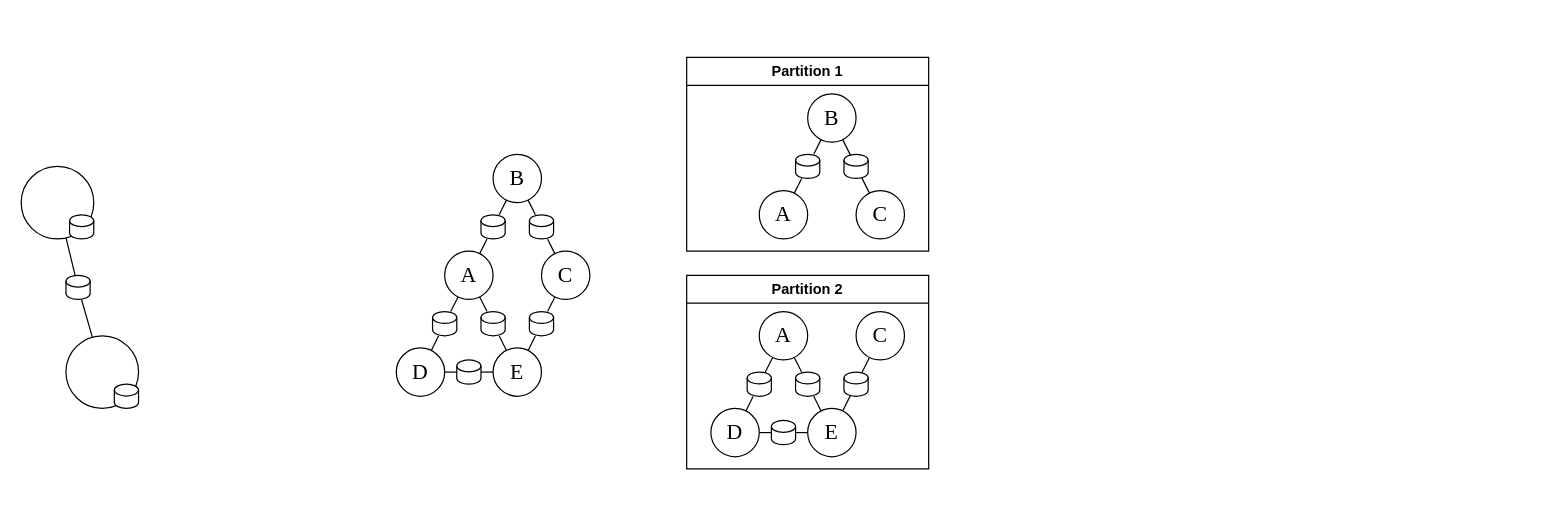
OneOverThree/PastryTest keeps this draw.io diagram as GraphProcessing.drawio. Above is the earlier version. Source tidied: cells renumbered, new cells numbered last; positions are measured from the earlier drawing's top-left corner, leaving out a move shared by most shapes. Both pictures are drawn from the tidied source at 121%, with x=0, y=0 at pixel (21, 57).
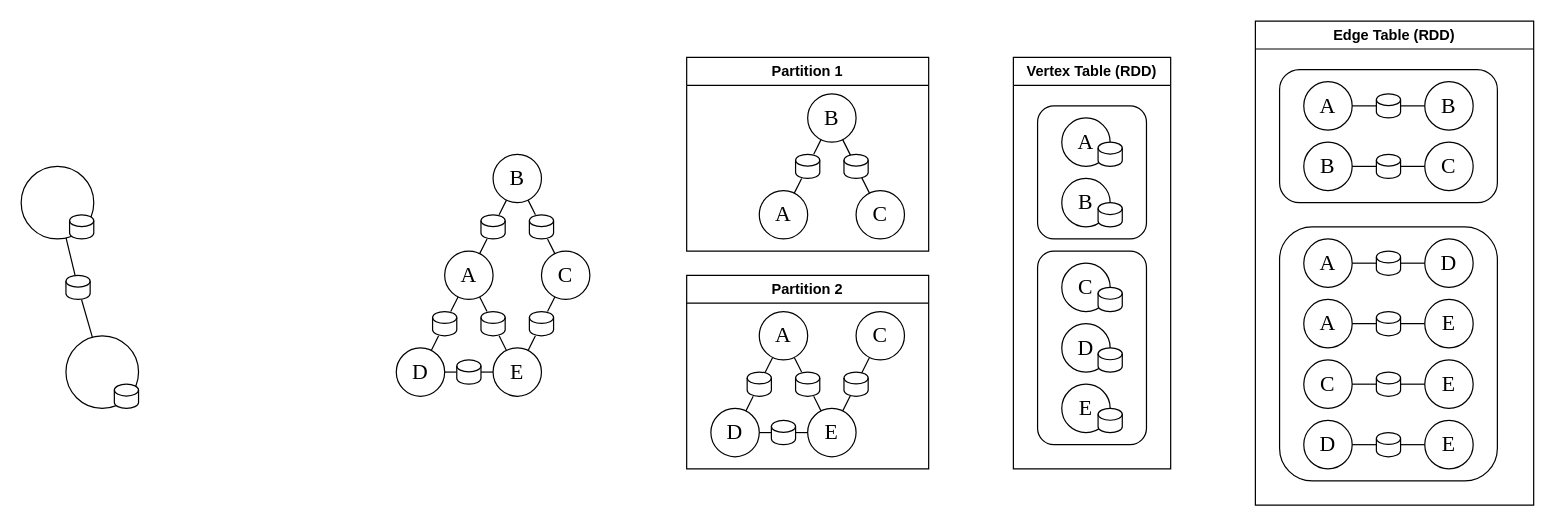
The same page after the edit.

What changed in the source:
```diff
@@
+    <mxCell id="57" value="Vertex Table (RDD)" style="swimlane;whiteSpace=wrap;html=1;" parent="1" vertex="1">
+      <mxGeometry x="820" width="130" height="340" as="geometry" />
+    </mxCell>
+    <mxCell id="58" style="rounded=1;whiteSpace=wrap;html=1;" parent="57" vertex="1">
+      <mxGeometry x="20" y="40" width="90" height="110" as="geometry" />
+    </mxCell>
+    <mxCell id="59" value="&lt;font style=&quot;font-size: 18px;&quot; face=&quot;Times New Roman&quot;&gt;A&lt;/font&gt;" style="ellipse;whiteSpace=wrap;html=1;" parent="57" vertex="1">
+      <mxGeometry x="40" y="50" width="40" height="40" as="geometry" />
+    </mxCell>
+    <mxCell id="60" style="shape=cylinder3;whiteSpace=wrap;html=1;boundedLbl=1;backgroundOutline=1;size=4.904779343377953;" parent="57" vertex="1">
+      <mxGeometry x="70" y="70" width="20" height="20" as="geometry" />
+    </mxCell>
+    <mxCell id="61" value="&lt;font style=&quot;font-size: 18px;&quot; face=&quot;Times New Roman&quot;&gt;B&lt;/font&gt;" style="ellipse;whiteSpace=wrap;html=1;" parent="57" vertex="1">
+      <mxGeometry x="40" y="100" width="40" height="40" as="geometry" />
+    </mxCell>
+    <mxCell id="62" style="shape=cylinder3;whiteSpace=wrap;html=1;boundedLbl=1;backgroundOutline=1;size=4.904779343377953;" parent="57" vertex="1">
+      <mxGeometry x="70" y="120" width="20" height="20" as="geometry" />
+    </mxCell>
+    <mxCell id="63" style="rounded=1;whiteSpace=wrap;html=1;" parent="57" vertex="1">
+      <mxGeometry x="20" y="160" width="90" height="160" as="geometry" />
+    </mxCell>
+    <mxCell id="64" value="&lt;font style=&quot;font-size: 18px;&quot; face=&quot;Times New Roman&quot;&gt;C&lt;/font&gt;" style="ellipse;whiteSpace=wrap;html=1;" parent="57" vertex="1">
+      <mxGeometry x="40" y="170" width="40" height="40" as="geometry" />
+    </mxCell>
+    <mxCell id="65" style="shape=cylinder3;whiteSpace=wrap;html=1;boundedLbl=1;backgroundOutline=1;size=4.904779343377953;" parent="57" vertex="1">
+      <mxGeometry x="70" y="190" width="20" height="20" as="geometry" />
+    </mxCell>
+    <mxCell id="66" value="&lt;font style=&quot;font-size: 18px;&quot; face=&quot;Times New Roman&quot;&gt;D&lt;/font&gt;" style="ellipse;whiteSpace=wrap;html=1;" parent="57" vertex="1">
+      <mxGeometry x="40" y="220" width="40" height="40" as="geometry" />
+    </mxCell>
+    <mxCell id="67" style="shape=cylinder3;whiteSpace=wrap;html=1;boundedLbl=1;backgroundOutline=1;size=4.904779343377953;" parent="57" vertex="1">
+      <mxGeometry x="70" y="240" width="20" height="20" as="geometry" />
+    </mxCell>
+    <mxCell id="68" value="&lt;font style=&quot;font-size: 18px;&quot; face=&quot;Times New Roman&quot;&gt;E&lt;/font&gt;" style="ellipse;whiteSpace=wrap;html=1;" parent="57" vertex="1">
+      <mxGeometry x="40" y="270" width="40" height="40" as="geometry" />
+    </mxCell>
+    <mxCell id="69" style="shape=cylinder3;whiteSpace=wrap;html=1;boundedLbl=1;backgroundOutline=1;size=4.904779343377953;" parent="57" vertex="1">
+      <mxGeometry x="70" y="290" width="20" height="20" as="geometry" />
+    </mxCell>
+    <mxCell id="70" value="Edge Table (RDD)" style="swimlane;whiteSpace=wrap;html=1;" parent="1" vertex="1">
+      <mxGeometry x="1020" y="-30" width="230" height="400" as="geometry" />
+    </mxCell>
+    <mxCell id="71" style="rounded=1;whiteSpace=wrap;html=1;" parent="70" vertex="1">
+      <mxGeometry x="20" y="40" width="180" height="110" as="geometry" />
+    </mxCell>
+    <mxCell id="72" value="&lt;font style=&quot;font-size: 18px;&quot; face=&quot;Times New Roman&quot;&gt;A&lt;/font&gt;" style="ellipse;whiteSpace=wrap;html=1;" parent="70" vertex="1">
+      <mxGeometry x="40" y="50" width="40" height="40" as="geometry" />
+    </mxCell>
+    <mxCell id="73" value="&lt;font style=&quot;font-size: 18px;&quot; face=&quot;Times New Roman&quot;&gt;B&lt;/font&gt;" style="ellipse;whiteSpace=wrap;html=1;" parent="70" vertex="1">
+      <mxGeometry x="40" y="100" width="40" height="40" as="geometry" />
+    </mxCell>
+    <mxCell id="74" style="rounded=1;whiteSpace=wrap;html=1;" parent="70" vertex="1">
+      <mxGeometry x="20" y="170" width="180" height="210" as="geometry" />
+    </mxCell>
+    <mxCell id="75" value="&lt;font style=&quot;font-size: 18px;&quot; face=&quot;Times New Roman&quot;&gt;A&lt;/font&gt;" style="ellipse;whiteSpace=wrap;html=1;" parent="70" vertex="1">
+      <mxGeometry x="40" y="180" width="40" height="40" as="geometry" />
+    </mxCell>
+    <mxCell id="76" value="&lt;font style=&quot;font-size: 18px;&quot; face=&quot;Times New Roman&quot;&gt;A&lt;/font&gt;" style="ellipse;whiteSpace=wrap;html=1;" parent="70" vertex="1">
+      <mxGeometry x="40" y="230" width="40" height="40" as="geometry" />
+    </mxCell>
+    <mxCell id="77" value="&lt;font style=&quot;font-size: 18px;&quot; face=&quot;Times New Roman&quot;&gt;C&lt;/font&gt;" style="ellipse;whiteSpace=wrap;html=1;" parent="70" vertex="1">
+      <mxGeometry x="40" y="280" width="40" height="40" as="geometry" />
+    </mxCell>
+    <mxCell id="78" value="&lt;font style=&quot;font-size: 18px;&quot; face=&quot;Times New Roman&quot;&gt;B&lt;/font&gt;" style="ellipse;whiteSpace=wrap;html=1;" parent="70" vertex="1">
+      <mxGeometry x="140" y="50" width="40" height="40" as="geometry" />
+    </mxCell>
+    <mxCell id="79" value="&lt;font style=&quot;font-size: 18px;&quot; face=&quot;Times New Roman&quot;&gt;C&lt;/font&gt;" style="ellipse;whiteSpace=wrap;html=1;" parent="70" vertex="1">
+      <mxGeometry x="140" y="100" width="40" height="40" as="geometry" />
+    </mxCell>
+    <mxCell id="80" value="&lt;font style=&quot;font-size: 18px;&quot; face=&quot;Times New Roman&quot;&gt;D&lt;/font&gt;" style="ellipse;whiteSpace=wrap;html=1;" parent="70" vertex="1">
+      <mxGeometry x="40" y="330" width="40" height="40" as="geometry" />
+    </mxCell>
+    <mxCell id="81" value="&lt;font style=&quot;font-size: 18px;&quot; face=&quot;Times New Roman&quot;&gt;D&lt;/font&gt;" style="ellipse;whiteSpace=wrap;html=1;" parent="70" vertex="1">
+      <mxGeometry x="140" y="180" width="40" height="40" as="geometry" />
+    </mxCell>
+    <mxCell id="82" value="&lt;font style=&quot;font-size: 18px;&quot; face=&quot;Times New Roman&quot;&gt;E&lt;/font&gt;" style="ellipse;whiteSpace=wrap;html=1;" parent="70" vertex="1">
+      <mxGeometry x="140" y="230" width="40" height="40" as="geometry" />
+    </mxCell>
+    <mxCell id="83" value="&lt;font style=&quot;font-size: 18px;&quot; face=&quot;Times New Roman&quot;&gt;E&lt;/font&gt;" style="ellipse;whiteSpace=wrap;html=1;" parent="70" vertex="1">
+      <mxGeometry x="140" y="280" width="40" height="40" as="geometry" />
+    </mxCell>
+    <mxCell id="84" value="&lt;font style=&quot;font-size: 18px;&quot; face=&quot;Times New Roman&quot;&gt;E&lt;/font&gt;" style="ellipse;whiteSpace=wrap;html=1;" parent="70" vertex="1">
+      <mxGeometry x="140" y="330" width="40" height="40" as="geometry" />
+    </mxCell>
+    <mxCell id="85" style="endArrow=none;html=1;rounded=0;entryX=1;entryY=0.5;entryDx=0;entryDy=0;exitX=0;exitY=0.5;exitDx=0;exitDy=0;" parent="70" edge="1" source="91" target="72">
+      <mxGeometry relative="1" as="geometry" />
+    </mxCell>
+    <mxCell id="86" style="endArrow=none;html=1;rounded=0;" parent="70" edge="1" source="93" target="73">
+      <mxGeometry relative="1" as="geometry" />
+    </mxCell>
+    <mxCell id="87" style="endArrow=none;html=1;rounded=0;" parent="70" edge="1" source="95" target="75">
+      <mxGeometry relative="1" as="geometry" />
+    </mxCell>
+    <mxCell id="88" style="endArrow=none;html=1;rounded=0;" parent="70" edge="1" source="82" target="76">
+      <mxGeometry relative="1" as="geometry" />
+    </mxCell>
+    <mxCell id="89" style="endArrow=none;html=1;rounded=0;" parent="70" edge="1" source="98" target="77">
+      <mxGeometry relative="1" as="geometry" />
+    </mxCell>
+    <mxCell id="90" style="endArrow=none;html=1;rounded=0;" parent="70" edge="1" source="100" target="80">
+      <mxGeometry relative="1" as="geometry" />
+    </mxCell>
+    <mxCell id="91" style="shape=cylinder3;whiteSpace=wrap;html=1;boundedLbl=1;backgroundOutline=1;size=4.904779343377953;" parent="70" vertex="1">
+      <mxGeometry x="100" y="60" width="20" height="20" as="geometry" />
+    </mxCell>
+    <mxCell id="92" style="endArrow=none;html=1;rounded=0;entryX=1;entryY=0.5;entryDx=0;entryDy=0;exitX=0;exitY=0.5;exitDx=0;exitDy=0;" parent="70" edge="1" source="78" target="91">
+      <mxGeometry relative="1" as="geometry" />
+    </mxCell>
+    <mxCell id="93" style="shape=cylinder3;whiteSpace=wrap;html=1;boundedLbl=1;backgroundOutline=1;size=4.904779343377953;" parent="70" vertex="1">
+      <mxGeometry x="100" y="110" width="20" height="20" as="geometry" />
+    </mxCell>
+    <mxCell id="94" style="endArrow=none;html=1;rounded=0;" parent="70" edge="1" source="79" target="93">
+      <mxGeometry relative="1" as="geometry" />
+    </mxCell>
+    <mxCell id="95" style="shape=cylinder3;whiteSpace=wrap;html=1;boundedLbl=1;backgroundOutline=1;size=4.904779343377953;" parent="70" vertex="1">
+      <mxGeometry x="100" y="190" width="20" height="20" as="geometry" />
+    </mxCell>
+    <mxCell id="96" style="endArrow=none;html=1;rounded=0;" parent="70" edge="1" source="81" target="95">
+      <mxGeometry relative="1" as="geometry" />
+    </mxCell>
+    <mxCell id="97" style="shape=cylinder3;whiteSpace=wrap;html=1;boundedLbl=1;backgroundOutline=1;size=4.904779343377953;" parent="70" vertex="1">
+      <mxGeometry x="100" y="240" width="20" height="20" as="geometry" />
+    </mxCell>
+    <mxCell id="98" style="shape=cylinder3;whiteSpace=wrap;html=1;boundedLbl=1;backgroundOutline=1;size=4.904779343377953;" parent="70" vertex="1">
+      <mxGeometry x="100" y="290" width="20" height="20" as="geometry" />
+    </mxCell>
+    <mxCell id="99" style="endArrow=none;html=1;rounded=0;" parent="70" edge="1" source="83" target="98">
+      <mxGeometry relative="1" as="geometry" />
+    </mxCell>
+    <mxCell id="100" style="shape=cylinder3;whiteSpace=wrap;html=1;boundedLbl=1;backgroundOutline=1;size=4.904779343377953;" parent="70" vertex="1">
+      <mxGeometry x="100" y="340" width="20" height="20" as="geometry" />
+    </mxCell>
+    <mxCell id="101" style="endArrow=none;html=1;rounded=0;" parent="70" edge="1" source="84" target="100">
+      <mxGeometry relative="1" as="geometry" />
+    </mxCell>
```
